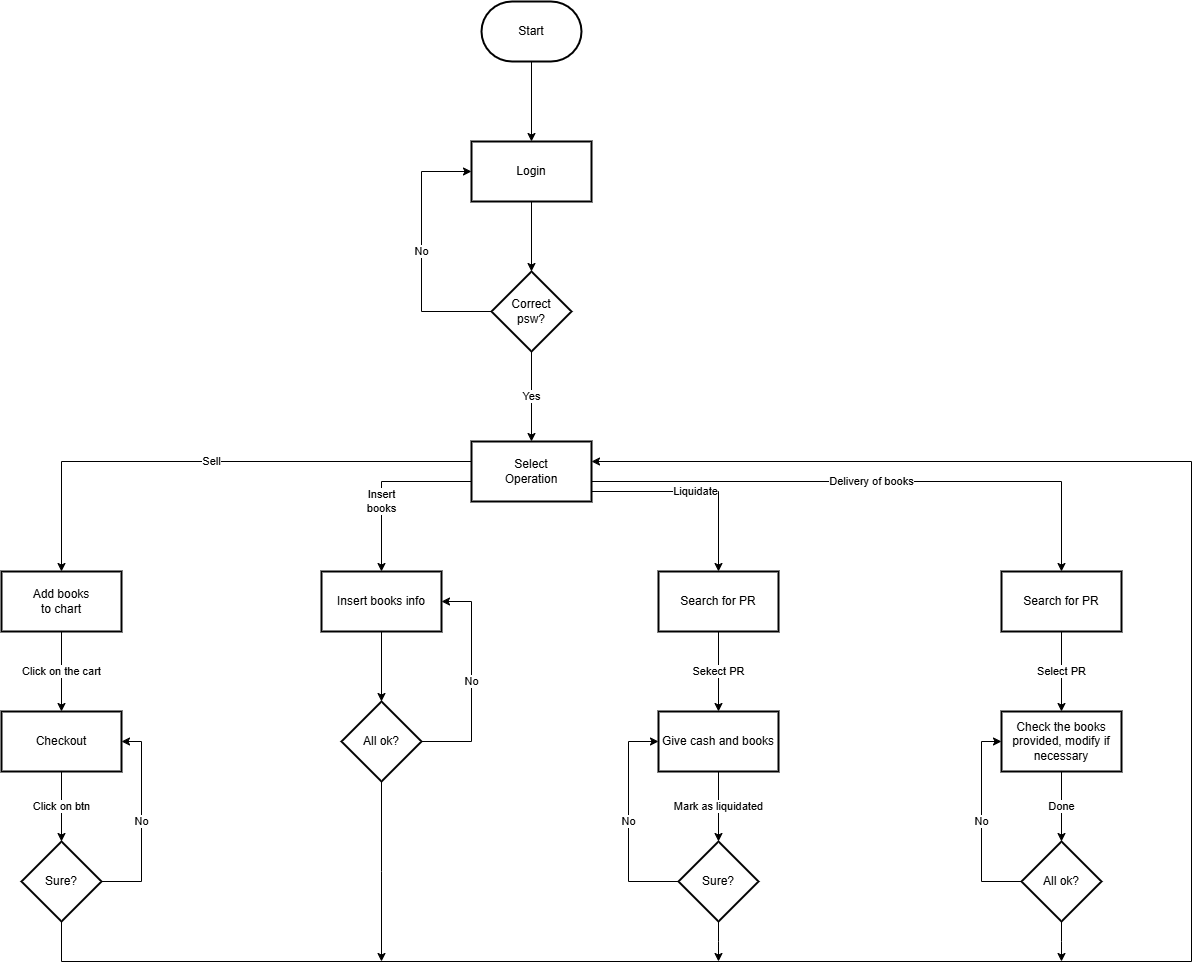
Earlier version of the draw.io export documentation/assets/flow_op.png (pontig/lokalino_mlud). Source tidied: cells renumbered, new cells last; positions are measured from the earlier drawing's top-left corner, leaving out a move shared by most shapes.
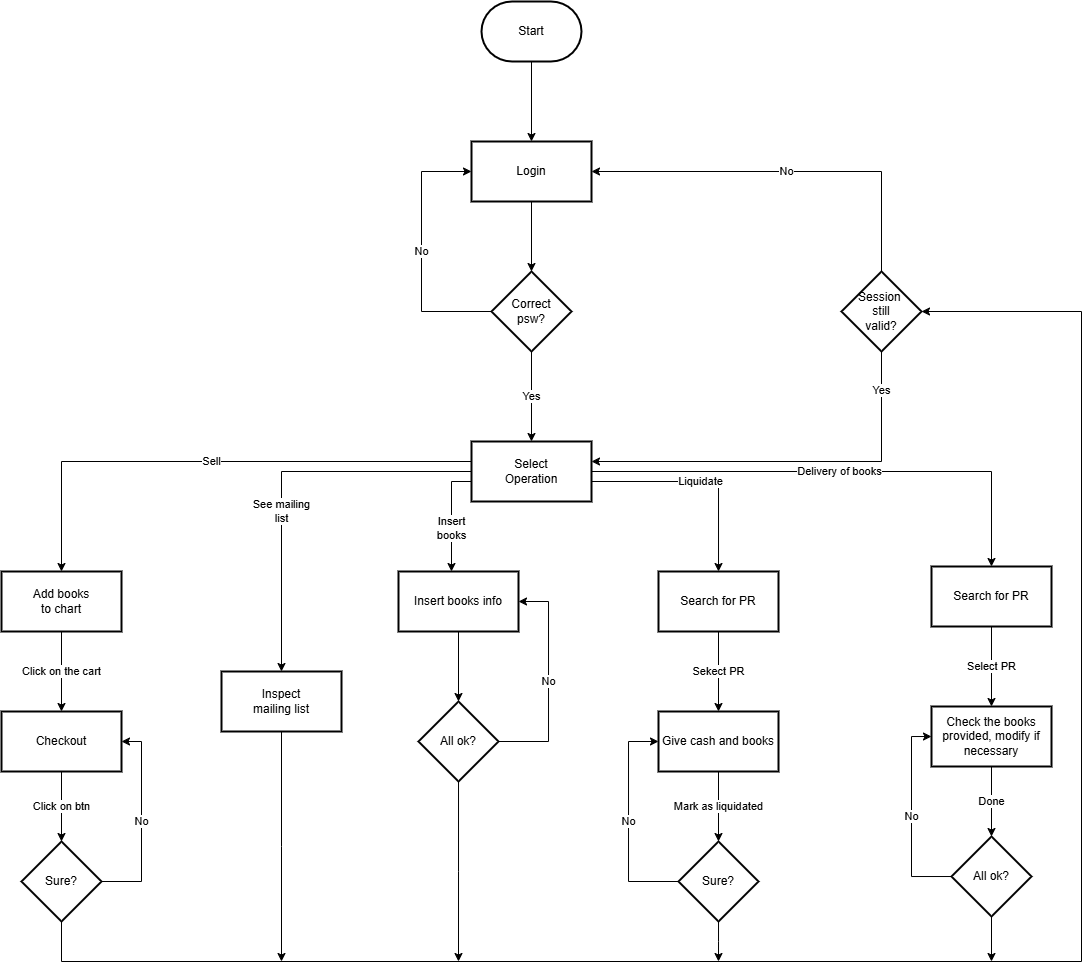
The same diagram one commit later.

Diff of the diagram source:
```diff
@@ -31,21 +31,21 @@
     <mxCell id="9" value="Delivery of books" style="edgeStyle=orthogonalEdgeStyle;rounded=0;jettySize=auto;html=1;" parent="1" edge="1" source="13" target="22">
       <mxGeometry relative="1" as="geometry">
         <Array as="points">
-          <mxPoint x="1060" y="480" />
+          <mxPoint x="990" y="470" />
         </Array>
       </mxGeometry>
     </mxCell>
     <mxCell id="10" value="Liquidate" style="edgeStyle=orthogonalEdgeStyle;rounded=0;jettySize=auto;html=1;" parent="1" edge="1" source="13" target="29">
       <mxGeometry relative="1" as="geometry">
         <Array as="points">
-          <mxPoint x="717" y="490" />
+          <mxPoint x="717" y="480" />
         </Array>
       </mxGeometry>
     </mxCell>
     <mxCell id="11" value="Insert&lt;div&gt;books&lt;/div&gt;" style="edgeStyle=orthogonalEdgeStyle;rounded=0;jettySize=auto;html=1;" parent="1" edge="1" source="13" target="36">
       <mxGeometry x="0.22" relative="1" as="geometry">
         <Array as="points">
-          <mxPoint x="380" y="480" />
+          <mxPoint x="450" y="480" />
         </Array>
       </mxGeometry>
     </mxCell>
@@ -56,6 +56,9 @@
         </Array>
       </mxGeometry>
     </mxCell>
+    <mxCell id="40" value="See mailing&lt;div&gt;list&lt;/div&gt;" style="edgeStyle=orthogonalEdgeStyle;rounded=0;jettySize=auto;html=1;" parent="1" edge="1" source="13" target="45">
+      <mxGeometry x="0.18" relative="1" as="geometry" />
+    </mxCell>
     <mxCell id="13" value="Select&lt;div&gt;Operation&lt;/div&gt;" style="whiteSpace=wrap;html=1;strokeWidth=2;" parent="1" vertex="1">
       <mxGeometry x="470" y="440" width="120" height="60" as="geometry" />
     </mxCell>
@@ -79,15 +82,15 @@
         </Array>
       </mxGeometry>
     </mxCell>
-    <mxCell id="19" style="edgeStyle=orthogonalEdgeStyle;rounded=0;jettySize=auto;html=1;" parent="1" edge="1" source="20" target="13">
-      <mxGeometry relative="1" as="geometry">
-        <Array as="points">
-          <mxPoint x="60" y="960" />
-          <mxPoint x="1190" y="960" />
-          <mxPoint x="1190" y="460" />
-        </Array>
-      </mxGeometry>
-    </mxCell>
+    <mxCell id="41" style="edgeStyle=orthogonalEdgeStyle;rounded=0;jettySize=auto;html=1;" parent="1" edge="1" source="20" target="48">
+      <mxGeometry relative="1" as="geometry">
+        <Array as="points">
+          <mxPoint x="60" y="960" />
+          <mxPoint x="1080" y="960" />
+          <mxPoint x="1080" y="310" />
+        </Array>
+      </mxGeometry>
+    </mxCell>
     <mxCell id="20" value="Sure?" style="rhombus;whiteSpace=wrap;html=1;strokeWidth=2;" parent="1" vertex="1">
       <mxGeometry x="20" y="840" width="80" height="80" as="geometry" />
     </mxCell>
@@ -95,29 +98,29 @@
       <mxGeometry relative="1" as="geometry" />
     </mxCell>
     <mxCell id="22" value="Search for PR" style="whiteSpace=wrap;html=1;strokeWidth=2;" parent="1" vertex="1">
-      <mxGeometry x="1000" y="570" width="120" height="60" as="geometry" />
+      <mxGeometry x="930" y="565" width="120" height="60" as="geometry" />
     </mxCell>
     <mxCell id="23" value="Done" style="edgeStyle=orthogonalEdgeStyle;rounded=0;jettySize=auto;html=1;" parent="1" edge="1" source="24" target="27">
       <mxGeometry relative="1" as="geometry" />
     </mxCell>
     <mxCell id="24" value="Check the books provided, modify if necessary" style="whiteSpace=wrap;html=1;strokeWidth=2;" parent="1" vertex="1">
-      <mxGeometry x="1000" y="710" width="120" height="60" as="geometry" />
+      <mxGeometry x="930" y="705" width="120" height="60" as="geometry" />
     </mxCell>
     <mxCell id="25" value="No" style="edgeStyle=orthogonalEdgeStyle;rounded=0;jettySize=auto;html=1;" parent="1" edge="1" source="27" target="24">
       <mxGeometry relative="1" as="geometry">
         <Array as="points">
-          <mxPoint x="980" y="880" />
-          <mxPoint x="980" y="740" />
+          <mxPoint x="910" y="875" />
+          <mxPoint x="910" y="735" />
         </Array>
       </mxGeometry>
     </mxCell>
-    <mxCell id="26" style="edgeStyle=orthogonalEdgeStyle;rounded=0;jettySize=auto;html=1;" parent="1" edge="1" source="27">
-      <mxGeometry relative="1" as="geometry">
-        <mxPoint x="1060" y="960" as="targetPoint" />
-      </mxGeometry>
-    </mxCell>
+    <mxCell id="42" style="edgeStyle=orthogonalEdgeStyle;rounded=0;jettySize=auto;html=1;" parent="1" edge="1" source="27">
+      <mxGeometry relative="1" as="geometry">
+        <mxPoint x="990" y="960" as="targetPoint" />
+      </mxGeometry>
+    </mxCell>
     <mxCell id="27" value="All ok?" style="rhombus;whiteSpace=wrap;html=1;strokeWidth=2;" parent="1" vertex="1">
-      <mxGeometry x="1020" y="840" width="80" height="80" as="geometry" />
+      <mxGeometry x="950" y="835" width="80" height="80" as="geometry" />
     </mxCell>
     <mxCell id="28" value="Sekect PR" style="edgeStyle=orthogonalEdgeStyle;rounded=0;jettySize=auto;html=1;" parent="1" edge="1" source="29" target="31">
       <mxGeometry relative="1" as="geometry" />
@@ -151,23 +154,48 @@
       <mxGeometry relative="1" as="geometry" />
     </mxCell>
     <mxCell id="36" value="Insert books info" style="whiteSpace=wrap;html=1;strokeWidth=2;" parent="1" vertex="1">
-      <mxGeometry x="320" y="570" width="120" height="60" as="geometry" />
+      <mxGeometry x="397" y="570" width="120" height="60" as="geometry" />
     </mxCell>
     <mxCell id="37" value="No" style="edgeStyle=orthogonalEdgeStyle;rounded=0;jettySize=auto;html=1;" parent="1" edge="1" source="39" target="36">
       <mxGeometry relative="1" as="geometry">
         <Array as="points">
-          <mxPoint x="470" y="740" />
-          <mxPoint x="470" y="600" />
+          <mxPoint x="547" y="740" />
+          <mxPoint x="547" y="600" />
         </Array>
       </mxGeometry>
     </mxCell>
-    <mxCell id="38" style="edgeStyle=orthogonalEdgeStyle;rounded=0;jettySize=auto;html=1;" parent="1" edge="1" source="39">
-      <mxGeometry relative="1" as="geometry">
-        <mxPoint x="380" y="960" as="targetPoint" />
-      </mxGeometry>
-    </mxCell>
+    <mxCell id="43" style="edgeStyle=orthogonalEdgeStyle;rounded=0;jettySize=auto;html=1;" parent="1" edge="1" source="39">
+      <mxGeometry relative="1" as="geometry">
+        <mxPoint x="457" y="960" as="targetPoint" />
+      </mxGeometry>
+    </mxCell>
     <mxCell id="39" value="All ok?" style="rhombus;whiteSpace=wrap;html=1;strokeWidth=2;" parent="1" vertex="1">
-      <mxGeometry x="340" y="700" width="80" height="80" as="geometry" />
+      <mxGeometry x="417" y="700" width="80" height="80" as="geometry" />
     </mxCell>
+    <mxCell id="44" style="edgeStyle=orthogonalEdgeStyle;rounded=0;jettySize=auto;html=1;" parent="1" edge="1" source="45">
+      <mxGeometry relative="1" as="geometry">
+        <mxPoint x="280" y="960" as="targetPoint" />
+      </mxGeometry>
+    </mxCell>
+    <mxCell id="45" value="Inspect&lt;div&gt;mailing list&lt;/div&gt;" style="whiteSpace=wrap;html=1;strokeWidth=2;" parent="1" vertex="1">
+      <mxGeometry x="220" y="670" width="120" height="60" as="geometry" />
+    </mxCell>
+    <mxCell id="46" value="Yes" style="edgeStyle=orthogonalEdgeStyle;rounded=0;jettySize=auto;html=1;" parent="1" edge="1" source="48" target="13">
+      <mxGeometry x="-0.8" relative="1" as="geometry">
+        <Array as="points">
+          <mxPoint x="880" y="460" />
+        </Array>
+      </mxGeometry>
+    </mxCell>
+    <mxCell id="47" value="No" style="edgeStyle=orthogonalEdgeStyle;rounded=0;jettySize=auto;html=1;" parent="1" edge="1" source="48" target="5">
+      <mxGeometry relative="1" as="geometry">
+        <Array as="points">
+          <mxPoint x="880" y="170" />
+        </Array>
+      </mxGeometry>
+    </mxCell>
+    <mxCell id="48" value="Session&amp;nbsp;&lt;div&gt;still&lt;/div&gt;&lt;div&gt;valid?&lt;/div&gt;" style="rhombus;whiteSpace=wrap;html=1;strokeWidth=2;" parent="1" vertex="1">
+      <mxGeometry x="840" y="270" width="80" height="80" as="geometry" />
+    </mxCell>
   </root>
 </mxGraphModel>
```
